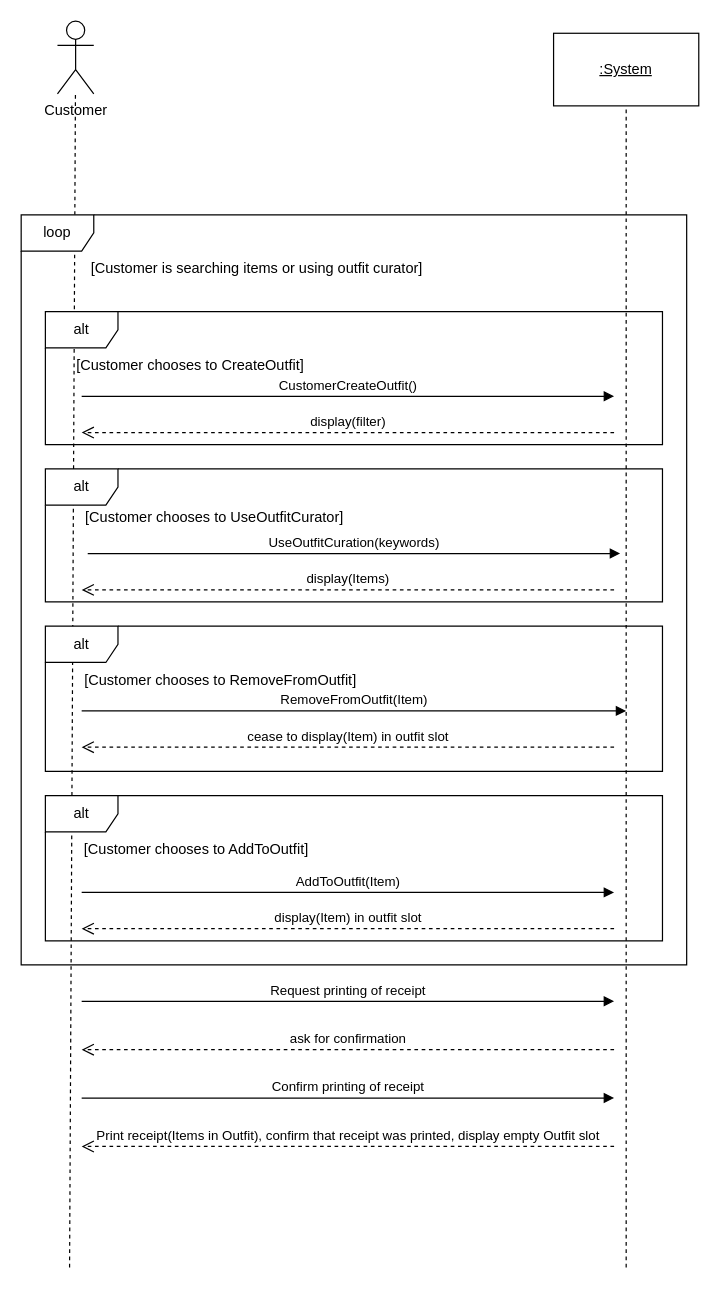
CS3560-02-6-A/MallKioskSystem keeps this draw.io diagram as GroupAssignment2_SSD.drawio. Above is the earlier version. Source tidied: cells renumbered, new cells numbered last; positions are measured from the earlier drawing's top-left corner, leaving out a move shared by most shapes. Both pictures are drawn from the tidied source at 121%, with x=0, y=0 at pixel (21, 21).
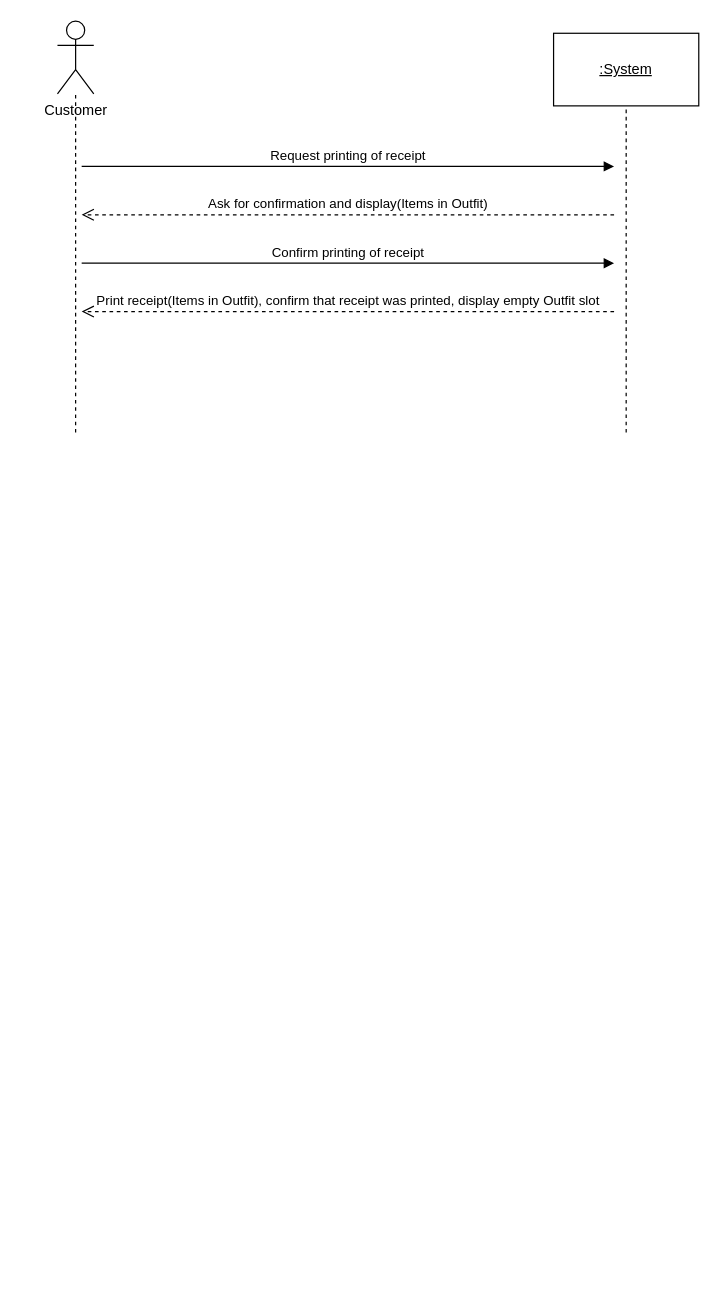
After the change.

Unchanged cells that the change refers to:
```xml
<mxCell id="2" value="Customer" style="shape=umlActor;verticalLabelPosition=bottom;verticalAlign=top;html=1;outlineConnect=0;" parent="1" vertex="1">
  <mxGeometry x="30" width="30" height="60" as="geometry" />
</mxCell>
<mxCell id="3" style="rounded=0;whiteSpace=wrap;html=1;" parent="1" vertex="1">
  <mxGeometry x="440" y="10" width="120" height="60" as="geometry" />
</mxCell>
```

What changed in the source:
```diff
@@
-    <mxCell id="4" value="&lt;u&gt;:System&lt;/u&gt;" style="text;html=1;whiteSpace=wrap;strokeColor=none;fillColor=none;align=center;verticalAlign=middle;rounded=0;" parent="1" vertex="1">
-      <mxGeometry x="450" y="25" width="100" height="30" as="geometry" />
-    </mxCell>
-    <mxCell id="5" style="endArrow=none;dashed=1;html=1;rounded=0;" parent="1" edge="1">
-      <mxGeometry relative="1" as="geometry">
-        <mxPoint x="500" y="1030" as="sourcePoint" />
-        <mxPoint x="500" y="70" as="targetPoint" />
-      </mxGeometry>
-    </mxCell>
     <mxCell id="6" style="endArrow=none;dashed=1;html=1;rounded=0;" parent="1" edge="1" target="2">
       <mxGeometry relative="1" as="geometry">
-        <mxPoint x="40" y="1030" as="sourcePoint" />
+        <mxPoint x="45" y="340" as="sourcePoint" />
       </mxGeometry>
     </mxCell>
-    <mxCell id="7" value="display(filter)" style="html=1;verticalAlign=bottom;endArrow=open;dashed=1;endSize=8;curved=0;rounded=0;" parent="1" edge="1">
-      <mxGeometry relative="1" as="geometry">
-        <mxPoint x="490" y="340" as="sourcePoint" />
-        <mxPoint x="50" y="340" as="targetPoint" />
-      </mxGeometry>
-    </mxCell>
-    <mxCell id="8" value="CustomerCreateOutfit()" style="html=1;verticalAlign=bottom;endArrow=block;curved=0;rounded=0;" parent="1" edge="1">
-      <mxGeometry relative="1" as="geometry">
-        <mxPoint x="50" y="310" as="sourcePoint" />
-        <mxPoint x="490" y="310" as="targetPoint" />
-      </mxGeometry>
-    </mxCell>
-    <mxCell id="9" value="loop" style="shape=umlFrame;whiteSpace=wrap;html=1;" parent="1" vertex="1">
-      <mxGeometry y="160" width="550" height="620" as="geometry" />
-    </mxCell>
-    <mxCell id="10" value="[Customer is searching items or using outfit curator]" style="text;html=1;whiteSpace=wrap;strokeColor=none;fillColor=none;align=center;verticalAlign=middle;rounded=0;" parent="1" vertex="1">
-      <mxGeometry x="50" y="190" width="290" height="30" as="geometry" />
-    </mxCell>
-    <mxCell id="11" value="display(Item) in outfit slot" style="html=1;verticalAlign=bottom;endArrow=open;dashed=1;endSize=8;curved=0;rounded=0;" parent="1" edge="1">
-      <mxGeometry relative="1" as="geometry">
-        <mxPoint x="490" y="750" as="sourcePoint" />
-        <mxPoint x="50" y="750" as="targetPoint" />
-      </mxGeometry>
-    </mxCell>
-    <mxCell id="12" value="AddToOutfit(Item)" style="html=1;verticalAlign=bottom;endArrow=block;curved=0;rounded=0;" parent="1" edge="1">
-      <mxGeometry relative="1" as="geometry">
-        <mxPoint x="50" y="720" as="sourcePoint" />
-        <mxPoint x="490" y="720" as="targetPoint" />
-      </mxGeometry>
-    </mxCell>
-    <mxCell id="13" value="UseOutfitCuration(keywords)" style="html=1;verticalAlign=bottom;endArrow=block;curved=0;rounded=0;" parent="1" edge="1">
-      <mxGeometry relative="1" as="geometry">
-        <mxPoint x="55" y="440" as="sourcePoint" />
-        <mxPoint x="495" y="440" as="targetPoint" />
-      </mxGeometry>
-    </mxCell>
-    <mxCell id="14" value="display(Items)" style="html=1;verticalAlign=bottom;endArrow=open;dashed=1;endSize=8;curved=0;rounded=0;" parent="1" edge="1">
-      <mxGeometry relative="1" as="geometry">
-        <mxPoint x="490" y="470" as="sourcePoint" />
-        <mxPoint x="50" y="470" as="targetPoint" />
-      </mxGeometry>
-    </mxCell>
-    <mxCell id="15" value="RemoveFromOutfit(Item)" style="html=1;verticalAlign=bottom;endArrow=block;curved=0;rounded=0;" parent="1" edge="1">
-      <mxGeometry relative="1" as="geometry">
-        <mxPoint x="50" y="570" as="sourcePoint" />
-        <mxPoint x="500" y="570" as="targetPoint" />
-      </mxGeometry>
-    </mxCell>
-    <mxCell id="16" value="cease to display(Item) in outfit slot" style="html=1;verticalAlign=bottom;endArrow=open;dashed=1;endSize=8;curved=0;rounded=0;" parent="1" edge="1">
-      <mxGeometry relative="1" as="geometry">
-        <mxPoint x="490" y="600" as="sourcePoint" />
-        <mxPoint x="50" y="600" as="targetPoint" />
-      </mxGeometry>
-    </mxCell>
-    <mxCell id="17" value="alt" style="shape=umlFrame;whiteSpace=wrap;html=1;" parent="1" vertex="1">
-      <mxGeometry x="20" y="640" width="510" height="120" as="geometry" />
-    </mxCell>
-    <mxCell id="18" value="[Customer chooses to AddToOutfit]" style="text;html=1;whiteSpace=wrap;strokeColor=none;fillColor=none;align=center;verticalAlign=middle;rounded=0;" parent="1" vertex="1">
-      <mxGeometry x="50" y="670" width="190" height="30" as="geometry" />
-    </mxCell>
-    <mxCell id="19" value="alt" style="shape=umlFrame;whiteSpace=wrap;html=1;" parent="1" vertex="1">
-      <mxGeometry x="20" y="370" width="510" height="110" as="geometry" />
-    </mxCell>
-    <mxCell id="20" value="[Customer chooses to UseOutfitCurator]" style="text;html=1;whiteSpace=wrap;strokeColor=none;fillColor=none;align=center;verticalAlign=middle;rounded=0;" parent="1" vertex="1">
-      <mxGeometry x="50" y="395" width="220" height="30" as="geometry" />
-    </mxCell>
-    <mxCell id="21" value="alt" style="shape=umlFrame;whiteSpace=wrap;html=1;" parent="1" vertex="1">
-      <mxGeometry x="20" y="500" width="510" height="120" as="geometry" />
-    </mxCell>
     <mxCell id="22" value="Request printing of receipt" style="html=1;verticalAlign=bottom;endArrow=block;curved=0;rounded=0;" parent="1" edge="1">
       <mxGeometry relative="1" as="geometry">
-        <mxPoint x="50" y="810" as="sourcePoint" />
-        <mxPoint x="490" y="810" as="targetPoint" />
+        <mxPoint x="50" y="120" as="sourcePoint" />
+        <mxPoint x="490" y="120" as="targetPoint" />
       </mxGeometry>
     </mxCell>
-    <mxCell id="23" style="html=1;verticalAlign=bottom;endArrow=block;curved=0;rounded=0;" parent="1" edge="1" target="24">
-      <mxGeometry relative="1" as="geometry">
-        <mxPoint x="50" y="550" as="sourcePoint" />
-      </mxGeometry>
-    </mxCell>
-    <mxCell id="24" value="[Customer chooses to RemoveFromOutfit]" style="text;html=1;whiteSpace=wrap;strokeColor=none;fillColor=none;align=center;verticalAlign=middle;rounded=0;" parent="1" vertex="1">
-      <mxGeometry x="50" y="530" width="230" height="30" as="geometry" />
-    </mxCell>
-    <mxCell id="25" value="alt" style="shape=umlFrame;whiteSpace=wrap;html=1;" parent="1" vertex="1">
-      <mxGeometry x="20" y="240" width="510" height="110" as="geometry" />
-    </mxCell>
-    <mxCell id="26" value="[Customer chooses to CreateOutfit]" style="text;html=1;whiteSpace=wrap;strokeColor=none;fillColor=none;align=center;verticalAlign=middle;rounded=0;" parent="1" vertex="1">
-      <mxGeometry x="40" y="270" width="200" height="30" as="geometry" />
-    </mxCell>
-    <mxCell id="27" value="ask for confirmation" style="html=1;verticalAlign=bottom;endArrow=open;dashed=1;endSize=8;curved=0;rounded=0;" parent="1" edge="1">
+    <mxCell id="27" value="Ask for confirmation and display(Items in Outfit)" style="html=1;verticalAlign=bottom;endArrow=open;dashed=1;endSize=8;curved=0;rounded=0;" parent="1" edge="1">
       <mxGeometry relative="1" as="geometry">
-        <mxPoint x="490" y="850" as="sourcePoint" />
-        <mxPoint x="50" y="850" as="targetPoint" />
+        <mxPoint x="490" y="160" as="sourcePoint" />
+        <mxPoint x="50" y="160" as="targetPoint" />
       </mxGeometry>
     </mxCell>
     <mxCell id="28" value="Confirm printing of receipt" style="html=1;verticalAlign=bottom;endArrow=block;curved=0;rounded=0;" parent="1" edge="1">
       <mxGeometry relative="1" as="geometry">
-        <mxPoint x="50" y="890" as="sourcePoint" />
-        <mxPoint x="490" y="890" as="targetPoint" />
+        <mxPoint x="50" y="200" as="sourcePoint" />
+        <mxPoint x="490" y="200" as="targetPoint" />
       </mxGeometry>
     </mxCell>
     <mxCell id="29" value="Print receipt(Items in Outfit), confirm that receipt was printed, display empty Outfit slot" style="html=1;verticalAlign=bottom;endArrow=open;dashed=1;endSize=8;curved=0;rounded=0;" parent="1" edge="1">
       <mxGeometry relative="1" as="geometry">
-        <mxPoint x="490" y="930" as="sourcePoint" />
-        <mxPoint x="50" y="930" as="targetPoint" />
+        <mxPoint x="490" y="240" as="sourcePoint" />
+        <mxPoint x="50" y="240" as="targetPoint" />
       </mxGeometry>
     </mxCell>
+    <mxCell id="30" style="endArrow=none;dashed=1;html=1;rounded=0;entryX=0.5;entryY=1;entryDx=0;entryDy=0;" parent="1" edge="1" target="3">
+      <mxGeometry relative="1" as="geometry">
+        <mxPoint x="500" y="340" as="sourcePoint" />
+      </mxGeometry>
+    </mxCell>
+    <mxCell id="4" value="&lt;u&gt;:System&lt;/u&gt;" style="text;html=1;whiteSpace=wrap;strokeColor=none;fillColor=none;align=center;verticalAlign=middle;rounded=0;" parent="1" vertex="1">
+      <mxGeometry x="450" y="25" width="100" height="30" as="geometry" />
+    </mxCell>
```
